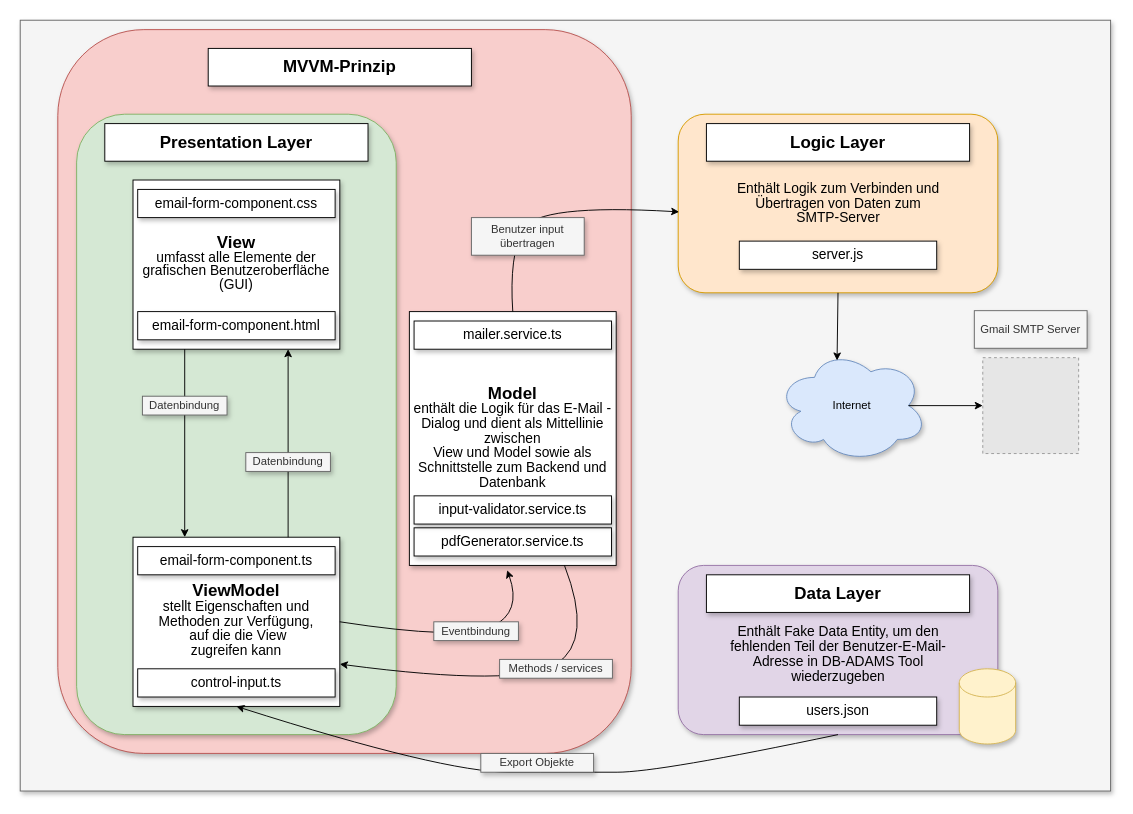
Earlier version of the draw.io diagram Aufbau der Erweiterung.drawio (gitfarah/Schule-Website-Projekt). Source tidied: cells renumbered, new cells numbered last; positions are measured from the earlier drawing's top-left corner, leaving out a move shared by most shapes. Both pictures are drawn from the tidied source at 94%, with x=0, y=0 at pixel (20, 20). Pictures stored in the file or linked from it are replaced by grey dashed boxes.
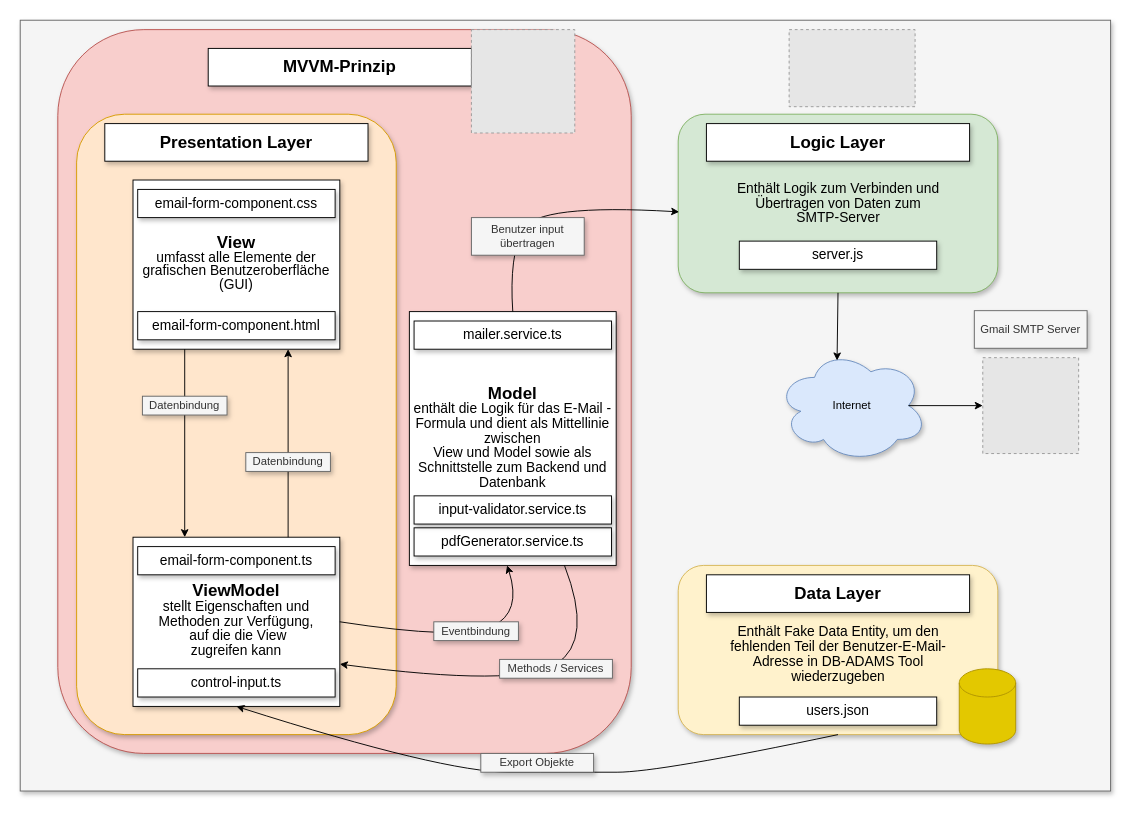
After the change.

Unchanged cells that the change refers to:
```xml
<mxCell id="9" value="&lt;span style=&quot;line-height: 107% ; font-family: &amp;#34;arial&amp;#34; , sans-serif&quot;&gt;&lt;b&gt;&lt;font style=&quot;font-size: 18px&quot;&gt;ViewModel&lt;/font&gt;&lt;/b&gt;&lt;br&gt;&lt;span style=&quot;font-size: 11.0pt ; line-height: 107% ; font-family: &amp;#34;arial&amp;#34; , sans-serif&quot;&gt;stellt Eigenschaften und Methoden zur Verfügung,&lt;br&gt;&amp;nbsp;auf die die View &lt;br&gt;zugreifen kann&lt;/span&gt;&lt;br&gt;&lt;/span&gt;" style="rounded=0;whiteSpace=wrap;html=1;shadow=1;glass=0;sketch=0;" parent="1" vertex="1">
  <mxGeometry x="120" y="550" width="220" height="180" as="geometry" />
</mxCell>
```

Diff of the diagram source:
```diff
@@
-    <mxCell id="4" style="rounded=1;whiteSpace=wrap;html=1;glass=0;sketch=0;shadow=1;fillColor=#d5e8d4;strokeColor=#82b366;" parent="1" vertex="1">
+    <mxCell id="4" style="rounded=1;whiteSpace=wrap;html=1;glass=0;sketch=0;shadow=1;fillColor=#ffe6cc;strokeColor=#d79b00;" parent="1" vertex="1">
       <mxGeometry x="60" y="100" width="340" height="660" as="geometry" />
     </mxCell>
@@
-    <mxCell id="16" style="rounded=1;whiteSpace=wrap;html=1;glass=0;sketch=0;shadow=1;fillColor=#ffe6cc;strokeColor=#d79b00;" parent="1" vertex="1">
+    <mxCell id="16" style="rounded=1;whiteSpace=wrap;html=1;glass=0;sketch=0;shadow=1;fillColor=#d5e8d4;strokeColor=#82b366;" parent="1" vertex="1">
       <mxGeometry x="700" y="100" width="340" height="190" as="geometry" />
     </mxCell>
@@
-    <mxCell id="18" value="&lt;span style=&quot;line-height: 107% ; font-family: &amp;#34;arial&amp;#34; , sans-serif&quot;&gt;&lt;span style=&quot;font-size: 18px&quot;&gt;&lt;b&gt;Model&lt;br&gt;&lt;/b&gt;&lt;/span&gt;&lt;span style=&quot;font-size: 11.0pt ; line-height: 107% ; font-family: &amp;#34;arial&amp;#34; , sans-serif&quot;&gt;enthält die Logik für das E-Mail -Dialog und dient als Mittellinie zwischen&lt;br/&gt;View und Model sowie als Schnittstelle zum Backend und Datenbank&lt;/span&gt;&lt;br&gt;&lt;/span&gt;" style="rounded=0;whiteSpace=wrap;html=1;shadow=1;glass=0;sketch=0;" parent="1" vertex="1">
+    <mxCell id="18" value="&lt;span style=&quot;line-height: 107% ; font-family: &amp;#34;arial&amp;#34; , sans-serif&quot;&gt;&lt;span style=&quot;font-size: 18px&quot;&gt;&lt;b&gt;Model&lt;br&gt;&lt;/b&gt;&lt;/span&gt;&lt;span style=&quot;font-size: 11.0pt ; line-height: 107% ; font-family: &amp;#34;arial&amp;#34; , sans-serif&quot;&gt;enthält die Logik für das E-Mail -Formula und dient als Mittellinie zwischen&lt;br&gt;View und Model sowie als Schnittstelle zum Backend und Datenbank&lt;/span&gt;&lt;br&gt;&lt;/span&gt;" style="rounded=0;whiteSpace=wrap;html=1;shadow=1;glass=0;sketch=0;" parent="1" vertex="1">
       <mxGeometry x="414" y="310" width="220" height="270" as="geometry" />
     </mxCell>
@@
-    <mxCell id="22" style="rounded=1;whiteSpace=wrap;html=1;glass=0;sketch=0;shadow=1;fillColor=#e1d5e7;strokeColor=#9673a6;" parent="1" vertex="1">
+    <mxCell id="22" style="rounded=1;whiteSpace=wrap;html=1;glass=0;sketch=0;shadow=1;fillColor=#fff2cc;strokeColor=#d6b656;" parent="1" vertex="1">
       <mxGeometry x="700" y="580" width="340" height="180" as="geometry" />
     </mxCell>
@@
-    <mxCell id="28" style="curved=1;endArrow=classic;html=1;exitX=1;exitY=0.5;exitDx=0;exitDy=0;entryX=0.473;entryY=1.019;entryDx=0;entryDy=0;entryPerimeter=0;" parent="1" edge="1" source="9" target="18">
+    <mxCell id="28" style="curved=1;endArrow=classic;html=1;exitX=1;exitY=0.5;exitDx=0;exitDy=0;" parent="1" edge="1" source="9">
       <mxGeometry relative="1" as="geometry">
+        <mxPoint x="518" y="580" as="targetPoint" />
         <Array as="points">
           <mxPoint x="470" y="660" />
           <mxPoint x="534" y="630" />
         </Array>
       </mxGeometry>
     </mxCell>
@@
-    <mxCell id="31" value="Methods / services" style="text;html=1;align=center;verticalAlign=middle;whiteSpace=wrap;rounded=0;shadow=1;glass=0;sketch=0;fillColor=#f5f5f5;strokeColor=#666666;fontColor=#333333;" parent="1" vertex="1">
+    <mxCell id="31" value="Methods / Services" style="text;html=1;align=center;verticalAlign=middle;whiteSpace=wrap;rounded=0;shadow=1;glass=0;sketch=0;fillColor=#f5f5f5;strokeColor=#666666;fontColor=#333333;" parent="1" vertex="1">
       <mxGeometry x="510" y="680" width="120" height="20" as="geometry" />
     </mxCell>
@@
-    <mxCell id="36" style="shape=cylinder3;whiteSpace=wrap;html=1;boundedLbl=1;backgroundOutline=1;size=15;rounded=0;shadow=1;glass=0;sketch=0;fillColor=#fff2cc;strokeColor=#d6b656;" parent="1" vertex="1">
+    <mxCell id="36" style="shape=cylinder3;whiteSpace=wrap;html=1;boundedLbl=1;backgroundOutline=1;size=15;rounded=0;shadow=1;glass=0;sketch=0;fillColor=#e3c800;strokeColor=#B09500;fontColor=#ffffff;" parent="1" vertex="1">
       <mxGeometry x="999" y="690" width="60" height="80" as="geometry" />
     </mxCell>
@@
+    <mxCell id="43" style="fillColor=#E6E6E6;strokeColor=#999999;dashed=1;verticalLabelPosition=bottom;labelBackgroundColor=#ffffff;verticalAlign=top;" parent="1" vertex="1">
+      <mxGeometry x="480" y="10" width="110" height="110" as="geometry" />
+    </mxCell>
+    <mxCell id="44" style="fillColor=#E6E6E6;strokeColor=#999999;dashed=1;verticalLabelPosition=bottom;labelBackgroundColor=#ffffff;verticalAlign=top;" parent="1" vertex="1">
+      <mxGeometry x="818" y="10" width="134" height="82" as="geometry" />
+    </mxCell>
```
